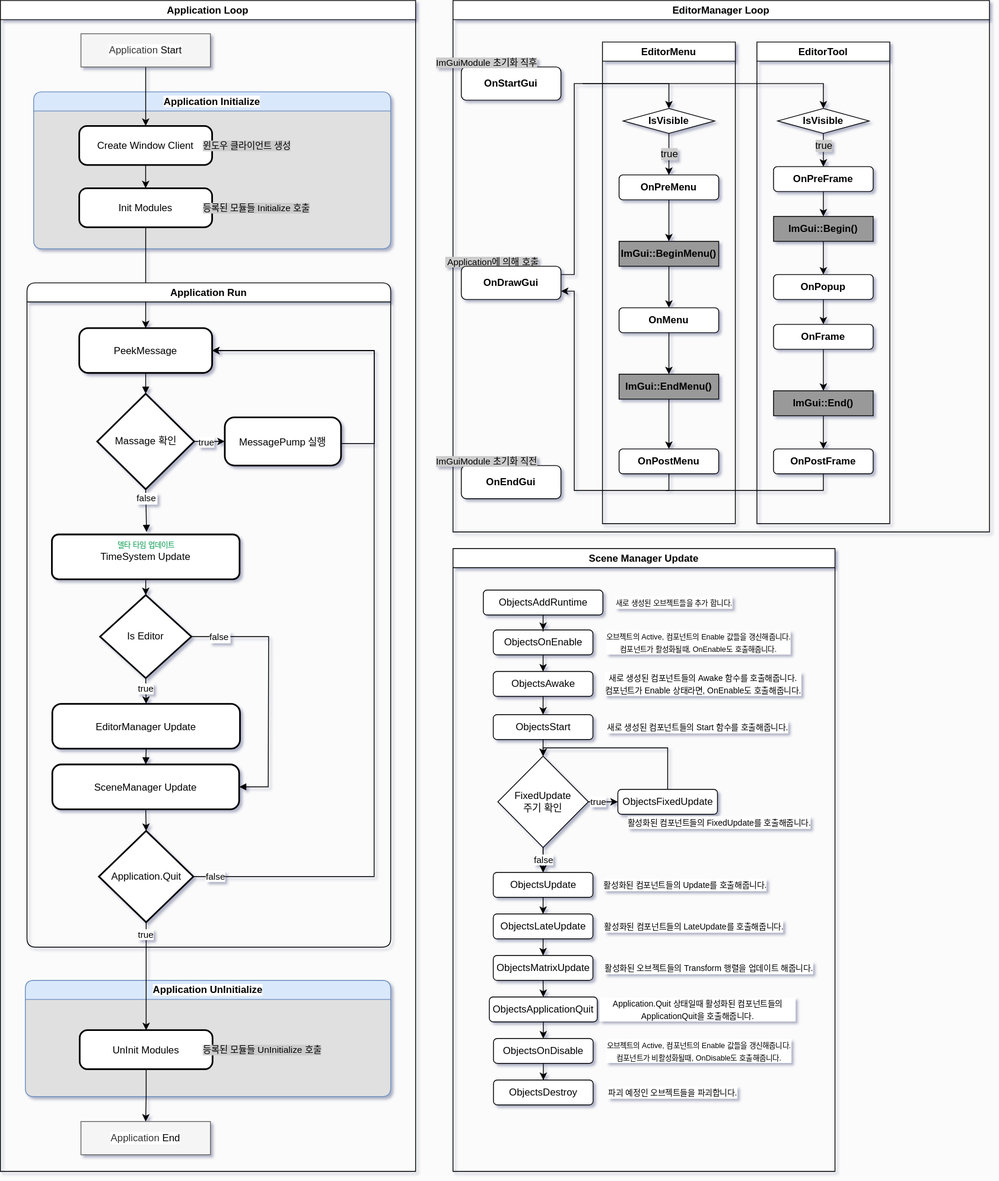
Before: Diagram/GameEngineFlowChart.drawio.svg, a diagram exported from draw.io (Scarecrow37/VanishingGround). Source tidied: cells renumbered, new cells last; positions are measured from the earlier drawing's top-left corner, leaving out a move shared by most shapes.
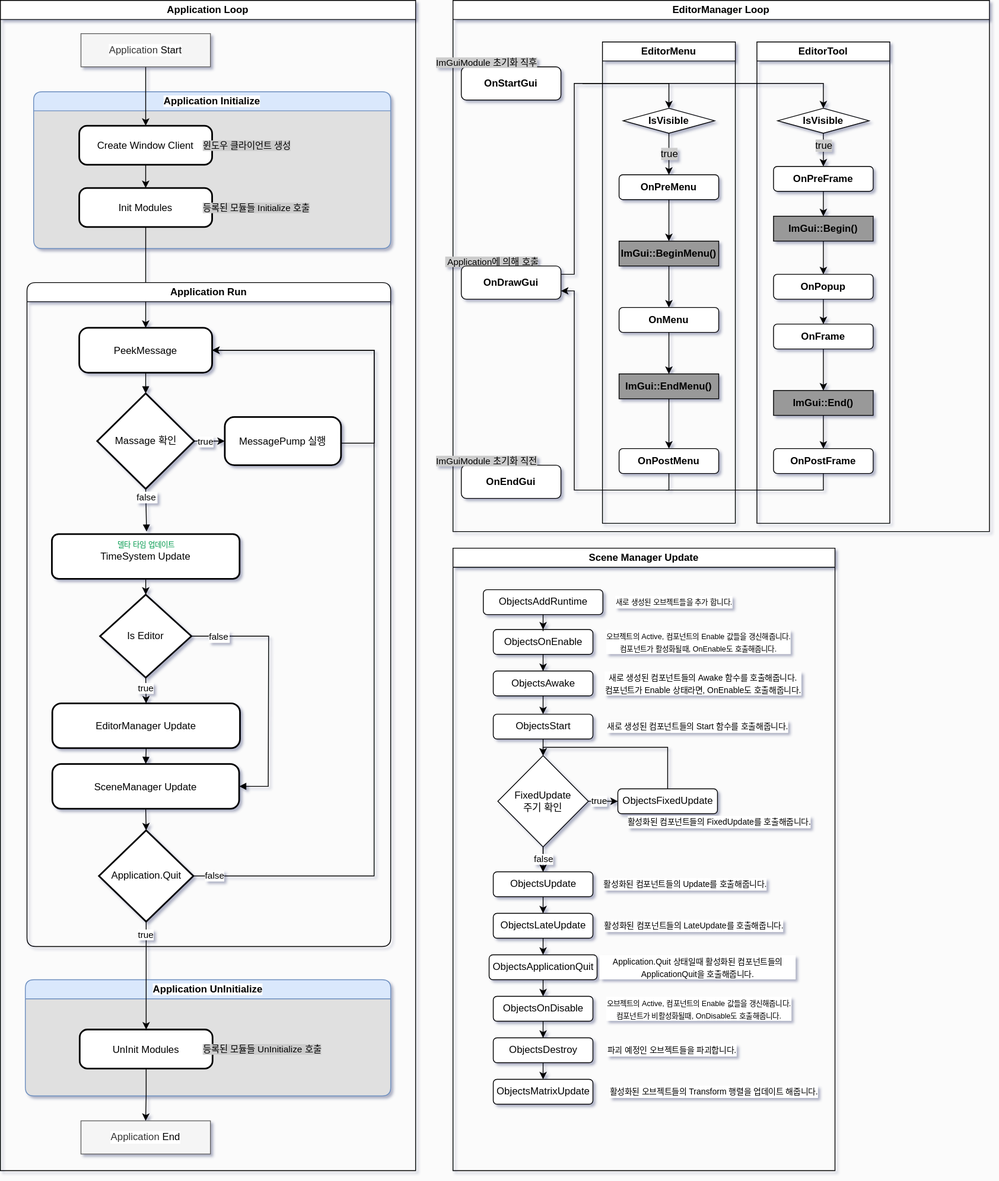
After the commit.

Diff of the diagram source:
```diff
@@ -52,9 +52,9 @@
     <mxCell id="16" value="ObjectsUpdate" style="rounded=1;whiteSpace=wrap;html=1;labelBackgroundColor=default;" parent="2" vertex="1">
       <mxGeometry x="48.5" y="390" width="120" height="30" as="geometry" />
     </mxCell>
-    <mxCell id="17" style="edgeStyle=orthogonalEdgeStyle;rounded=0;jettySize=auto;html=1;" parent="2" edge="1" source="18" target="37">
-      <mxGeometry relative="1" as="geometry" />
-    </mxCell>
+    <mxCell id="118" style="edgeStyle=orthogonalEdgeStyle;rounded=0;jettySize=auto;html=1;exitX=0.5;exitY=1;exitDx=0;exitDy=0;entryX=0.5;entryY=0;entryDx=0;entryDy=0;" parent="2" edge="1" source="18" target="20">
+      <mxGeometry relative="1" as="geometry" />
+    </mxCell>
     <mxCell id="18" value="ObjectsLateUpdate" style="rounded=1;whiteSpace=wrap;html=1;labelBackgroundColor=default;" parent="2" vertex="1">
       <mxGeometry x="48.5" y="440" width="120" height="30" as="geometry" />
     </mxCell>
@@ -62,7 +62,7 @@
       <mxGeometry relative="1" as="geometry" />
     </mxCell>
     <mxCell id="20" value="ObjectsApplicationQuit" style="rounded=1;whiteSpace=wrap;html=1;labelBackgroundColor=default;" parent="2" vertex="1">
-      <mxGeometry x="43.8" y="540" width="130" height="30" as="geometry" />
+      <mxGeometry x="43.5" y="490" width="130" height="30" as="geometry" />
     </mxCell>
     <mxCell id="21" value="&lt;font size=&quot;1&quot;&gt;새로 생성된 컴포넌트들의 Awake 함수를 호출해줍니다.&lt;/font&gt;&lt;div&gt;&lt;font size=&quot;1&quot;&gt;컴포넌트가 Enable 상태라면, OnEnable도 호출해줍니다.&lt;/font&gt;&lt;/div&gt;" style="text;html=1;align=center;verticalAlign=middle;whiteSpace=wrap;rounded=0;labelBackgroundColor=default;" parent="2" vertex="1">
       <mxGeometry x="173.2" y="148" width="257" height="30" as="geometry" />
@@ -74,7 +74,7 @@
       <mxGeometry x="158.5" y="200" width="271.5" height="30" as="geometry" />
     </mxCell>
     <mxCell id="24" value="&lt;font style=&quot;font-size: 9px;&quot;&gt;오브젝트의 Active, 컴포넌트의 Enable 값들을 갱신해줍니다.&lt;/font&gt;&lt;div&gt;&lt;font style=&quot;font-size: 9px;&quot;&gt;컴포넌트가 비활성화될때, OnDisable도 호출해줍니다.&lt;/font&gt;&lt;/div&gt;" style="text;html=1;align=center;verticalAlign=middle;whiteSpace=wrap;rounded=0;labelBackgroundColor=default;" parent="2" vertex="1">
-      <mxGeometry x="163.2" y="590" width="267" height="30" as="geometry" />
+      <mxGeometry x="163" y="540" width="267" height="30" as="geometry" />
     </mxCell>
     <mxCell id="25" value="&lt;span style=&quot;font-size: x-small;&quot;&gt;활성화된 컴포넌트들의 Update를 호출해줍니다.&lt;/span&gt;" style="text;html=1;align=center;verticalAlign=middle;whiteSpace=wrap;rounded=0;labelBackgroundColor=default;" parent="2" vertex="1">
       <mxGeometry x="158.5" y="390" width="241.5" height="30" as="geometry" />
@@ -95,28 +95,28 @@
       <mxGeometry relative="1" as="geometry" />
     </mxCell>
     <mxCell id="31" value="ObjectsOnDisable" style="rounded=1;whiteSpace=wrap;html=1;labelBackgroundColor=default;" parent="2" vertex="1">
-      <mxGeometry x="48.8" y="590" width="120" height="30" as="geometry" />
+      <mxGeometry x="48.5" y="540" width="120" height="30" as="geometry" />
     </mxCell>
     <mxCell id="32" value="&lt;font size=&quot;1&quot;&gt;Application.Quit 상태일때&amp;nbsp;&lt;/font&gt;&lt;span style=&quot;font-size: x-small;&quot;&gt;활성화된 컴포넌트들의 ApplicationQuit을 호출해줍니다.&lt;/span&gt;" style="text;html=1;align=center;verticalAlign=middle;whiteSpace=wrap;rounded=0;labelBackgroundColor=default;" parent="2" vertex="1">
-      <mxGeometry x="176.2" y="540" width="237.5" height="30" as="geometry" />
+      <mxGeometry x="176" y="490" width="237.5" height="30" as="geometry" />
     </mxCell>
     <mxCell id="33" value="&lt;font size=&quot;1&quot;&gt;파괴 예정인 오브젝트들을 파괴합니다.&lt;/font&gt;" style="text;html=1;align=center;verticalAlign=middle;whiteSpace=wrap;rounded=0;labelBackgroundColor=default;" parent="2" vertex="1">
-      <mxGeometry x="173.5" y="640" width="182" height="30" as="geometry" />
+      <mxGeometry x="173.2" y="590" width="182" height="30" as="geometry" />
     </mxCell>
+    <mxCell id="119" style="edgeStyle=orthogonalEdgeStyle;rounded=0;jettySize=auto;html=1;exitX=0.5;exitY=1;exitDx=0;exitDy=0;entryX=0.5;entryY=0;entryDx=0;entryDy=0;" parent="2" edge="1" source="34" target="37">
+      <mxGeometry relative="1" as="geometry" />
+    </mxCell>
     <mxCell id="34" value="ObjectsDestroy" style="rounded=1;whiteSpace=wrap;html=1;labelBackgroundColor=default;" parent="2" vertex="1">
-      <mxGeometry x="48.8" y="640" width="120" height="30" as="geometry" />
+      <mxGeometry x="48.5" y="590" width="120" height="30" as="geometry" />
     </mxCell>
     <mxCell id="35" value="&lt;font size=&quot;1&quot;&gt;활성화된 컴포넌트들의 FixedUpdate를 호출해줍니다.&lt;/font&gt;" style="text;html=1;align=center;verticalAlign=middle;whiteSpace=wrap;rounded=0;labelBackgroundColor=default;" parent="2" vertex="1">
       <mxGeometry x="195" y="315" width="251.5" height="30" as="geometry" />
     </mxCell>
-    <mxCell id="36" style="edgeStyle=orthogonalEdgeStyle;rounded=0;jettySize=auto;html=1;exitX=0.5;exitY=1;exitDx=0;exitDy=0;entryX=0.5;entryY=0;entryDx=0;entryDy=0;" parent="2" edge="1" source="37" target="20">
-      <mxGeometry relative="1" as="geometry" />
-    </mxCell>
     <mxCell id="37" value="ObjectsMatrixUpdate" style="rounded=1;whiteSpace=wrap;html=1;labelBackgroundColor=default;" parent="2" vertex="1">
-      <mxGeometry x="48.5" y="490" width="120" height="30" as="geometry" />
+      <mxGeometry x="48.5" y="640" width="120" height="30" as="geometry" />
     </mxCell>
     <mxCell id="38" value="&lt;span style=&quot;font-size: x-small;&quot;&gt;활성화된 오브젝트들의 Transform 행렬을 업데이트 해줍니다.&lt;/span&gt;" style="text;html=1;align=center;verticalAlign=middle;whiteSpace=wrap;rounded=0;labelBackgroundColor=default;" parent="2" vertex="1">
-      <mxGeometry x="163.2" y="490" width="291.2" height="30" as="geometry" />
+      <mxGeometry x="168.5" y="640" width="291.2" height="30" as="geometry" />
     </mxCell>
     <mxCell id="39" value="EditorManager Loop" style="swimlane;whiteSpace=wrap;html=1;labelBackgroundColor=none;" parent="1" vertex="1">
       <mxGeometry x="545" width="646" height="640" as="geometry" />
```
